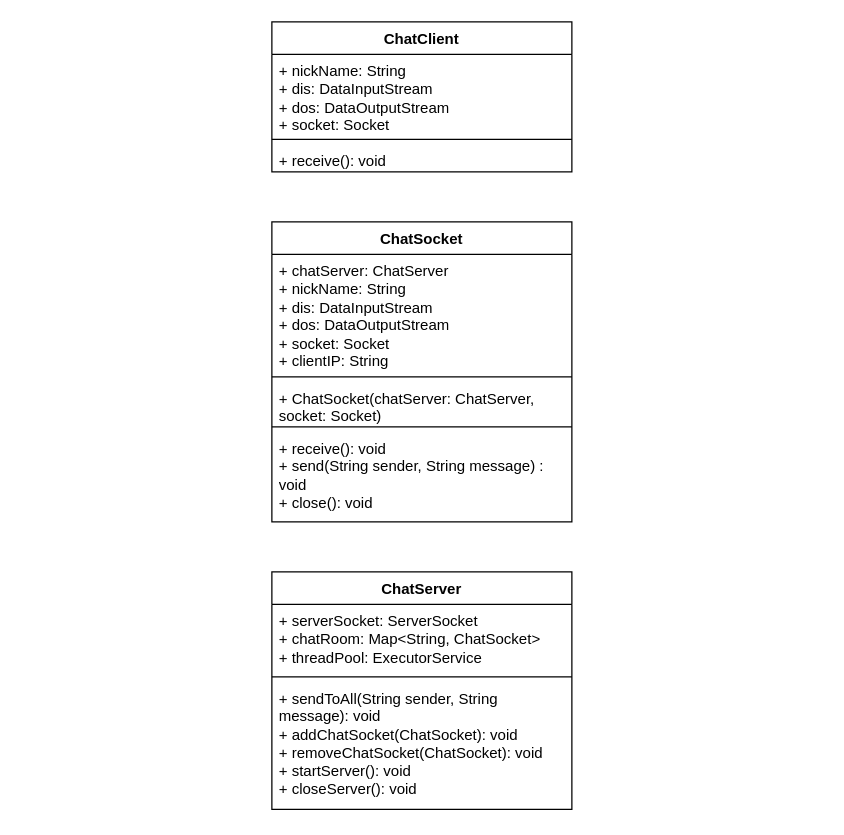
The draw.io diagram 미니프로젝트 다이어그램.drawio in 220919haeundae/MiniProject-ChattingProgram-, before the edit. Source tidied: cells renumbered, new cells numbered last; positions are measured from the earlier drawing's top-left corner, leaving out a move shared by most shapes. Both pictures are drawn from the tidied source at 125%, with x=0, y=0 at pixel (271, 21).
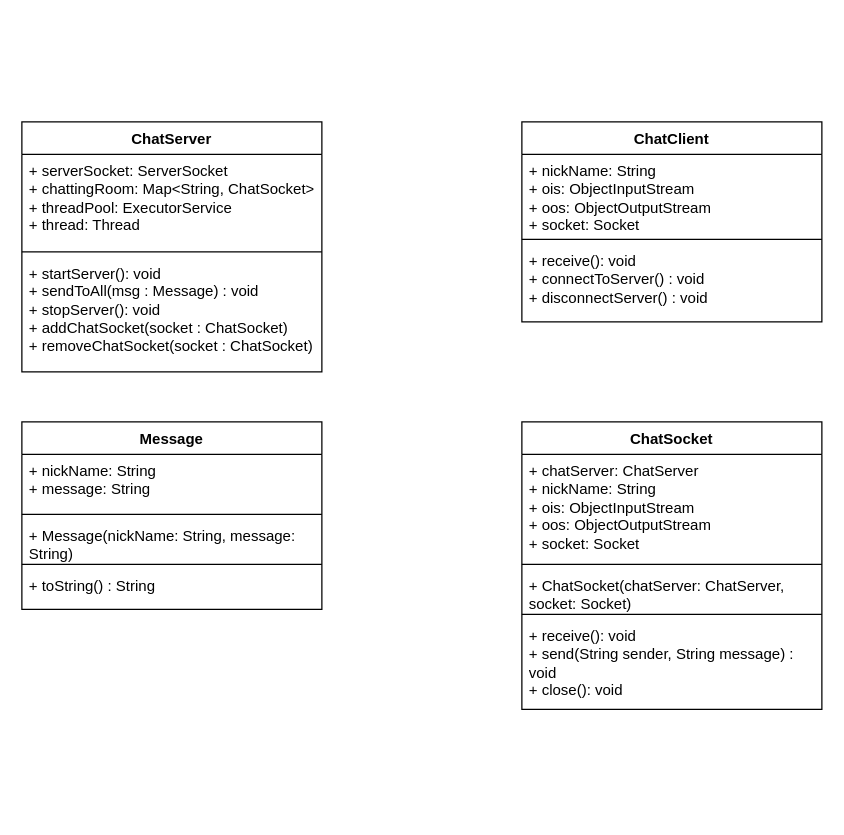
After the change.

Commit message:
채팅프로그램 다이어그램 최종

Change to the diagram source:
```diff
@@
     <mxCell id="2" value="ChatClient" style="swimlane;fontStyle=1;align=center;verticalAlign=top;horizontal=1;startSize=26;whiteSpace=wrap;html=1;" parent="1" vertex="1">
-      <mxGeometry width="240" height="120" as="geometry" />
+      <mxGeometry x="200" y="80" width="240" height="160" as="geometry" />
     </mxCell>
-    <mxCell id="3" value="+ nickName: String&lt;div&gt;+ dis: DataInputStream&lt;br&gt;&lt;/div&gt;&lt;div&gt;+ dos: DataOutputStream&lt;/div&gt;&lt;div&gt;+ socket: Socket&lt;/div&gt;" style="text;strokeColor=none;fillColor=none;align=left;verticalAlign=top;spacingLeft=4;spacingRight=4;overflow=hidden;whiteSpace=wrap;html=1;" parent="2" vertex="1">
+    <mxCell id="3" value="+ nickName: String&lt;div&gt;+ ois: ObjectInputStream&lt;br&gt;&lt;/div&gt;&lt;div&gt;+ oos: ObjectOutputStream&lt;/div&gt;&lt;div&gt;+ socket: Socket&lt;/div&gt;" style="text;strokeColor=none;fillColor=none;align=left;verticalAlign=top;spacingLeft=4;spacingRight=4;overflow=hidden;whiteSpace=wrap;html=1;" parent="2" vertex="1">
       <mxGeometry y="26" width="240" height="64" as="geometry" />
     </mxCell>
@@
-    <mxCell id="5" value="+ receive(): void" style="text;strokeColor=none;fillColor=none;align=left;verticalAlign=top;spacingLeft=4;spacingRight=4;overflow=hidden;whiteSpace=wrap;html=1;" parent="2" vertex="1">
-      <mxGeometry y="98" width="240" height="22" as="geometry" />
+    <mxCell id="5" value="+ receive(): void&lt;div&gt;+ connectToServer() : void&lt;/div&gt;&lt;div&gt;+ disconnectServer() : void&lt;/div&gt;" style="text;strokeColor=none;fillColor=none;align=left;verticalAlign=top;spacingLeft=4;spacingRight=4;overflow=hidden;whiteSpace=wrap;html=1;" parent="2" vertex="1">
+      <mxGeometry y="98" width="240" height="62" as="geometry" />
     </mxCell>
     <mxCell id="6" value="ChatSocket" style="swimlane;fontStyle=1;align=center;verticalAlign=top;horizontal=1;startSize=26;whiteSpace=wrap;html=1;" parent="1" vertex="1">
-      <mxGeometry y="160" width="240" height="240" as="geometry" />
+      <mxGeometry x="200" y="320" width="240" height="230" as="geometry" />
     </mxCell>
-    <mxCell id="7" value="&lt;div&gt;+ chatServer: ChatServer&lt;/div&gt;+ nickName: String&lt;div&gt;+ dis: DataInputStream&lt;br&gt;&lt;/div&gt;&lt;div&gt;+ dos: DataOutputStream&lt;/div&gt;&lt;div&gt;+ socket: Socket&lt;/div&gt;&lt;div&gt;+ clientIP: String&lt;/div&gt;" style="text;strokeColor=none;fillColor=none;align=left;verticalAlign=top;spacingLeft=4;spacingRight=4;overflow=hidden;whiteSpace=wrap;html=1;" parent="6" vertex="1">
-      <mxGeometry y="26" width="240" height="94" as="geometry" />
+    <mxCell id="7" value="&lt;div&gt;+ chatServer: ChatServer&lt;/div&gt;+ nickName: String&lt;div&gt;+ ois: ObjectInputStream&lt;br&gt;&lt;/div&gt;&lt;div&gt;+ oos: ObjectOutputStream&lt;/div&gt;&lt;div&gt;+ socket: Socket&lt;/div&gt;" style="text;strokeColor=none;fillColor=none;align=left;verticalAlign=top;spacingLeft=4;spacingRight=4;overflow=hidden;whiteSpace=wrap;html=1;" parent="6" vertex="1">
+      <mxGeometry y="26" width="240" height="84" as="geometry" />
     </mxCell>
     <mxCell id="8" style="line;strokeWidth=1;fillColor=none;align=left;verticalAlign=middle;spacingTop=-1;spacingLeft=3;spacingRight=3;labelPosition=right;strokeColor=inherit;" parent="6" vertex="1">
-      <mxGeometry y="120" width="240" height="8" as="geometry" />
+      <mxGeometry y="110" width="240" height="8" as="geometry" />
     </mxCell>
     <mxCell id="9" value="+ ChatSocket(chatServer: ChatServer, socket: Socket)" style="text;strokeColor=none;fillColor=none;align=left;verticalAlign=top;spacingLeft=4;spacingRight=4;overflow=hidden;whiteSpace=wrap;html=1;" parent="6" vertex="1">
-      <mxGeometry y="128" width="240" height="32" as="geometry" />
+      <mxGeometry y="118" width="240" height="32" as="geometry" />
     </mxCell>
     <mxCell id="10" style="line;strokeWidth=1;fillColor=none;align=left;verticalAlign=middle;spacingTop=-1;spacingLeft=3;spacingRight=3;labelPosition=right;strokeColor=inherit;" parent="6" vertex="1">
-      <mxGeometry y="160" width="240" height="8" as="geometry" />
+      <mxGeometry y="150" width="240" height="8" as="geometry" />
     </mxCell>
     <mxCell id="11" value="+ receive(): void&lt;div&gt;+ send(String sender, String message) : void&lt;/div&gt;&lt;div&gt;+ close(): void&lt;/div&gt;" style="text;strokeColor=none;fillColor=none;align=left;verticalAlign=top;spacingLeft=4;spacingRight=4;overflow=hidden;whiteSpace=wrap;html=1;" parent="6" vertex="1">
-      <mxGeometry y="168" width="240" height="72" as="geometry" />
+      <mxGeometry y="158" width="240" height="72" as="geometry" />
     </mxCell>
     <mxCell id="12" value="ChatServer" style="swimlane;fontStyle=1;align=center;verticalAlign=top;horizontal=1;startSize=26;whiteSpace=wrap;html=1;" parent="1" vertex="1">
-      <mxGeometry y="440" width="240" height="190" as="geometry" />
+      <mxGeometry x="-200" y="80" width="240" height="200" as="geometry" />
     </mxCell>
-    <mxCell id="13" value="+ serverSocket: ServerSocket&lt;div&gt;+ chatRoom: Map&amp;lt;String, ChatSocket&amp;gt;&lt;br&gt;&lt;/div&gt;&lt;div&gt;+ threadPool: ExecutorService&lt;/div&gt;" style="text;strokeColor=none;fillColor=none;align=left;verticalAlign=top;spacingLeft=4;spacingRight=4;overflow=hidden;whiteSpace=wrap;html=1;" parent="12" vertex="1">
-      <mxGeometry y="26" width="240" height="54" as="geometry" />
+    <mxCell id="13" value="+ serverSocket: ServerSocket&lt;div&gt;+ chattingRoom: Map&amp;lt;String, ChatSocket&amp;gt;&lt;br&gt;&lt;/div&gt;&lt;div&gt;+ threadPool: ExecutorService&lt;/div&gt;&lt;div&gt;+ thread: Thread&lt;/div&gt;" style="text;strokeColor=none;fillColor=none;align=left;verticalAlign=top;spacingLeft=4;spacingRight=4;overflow=hidden;whiteSpace=wrap;html=1;" parent="12" vertex="1">
+      <mxGeometry y="26" width="240" height="74" as="geometry" />
     </mxCell>
     <mxCell id="14" style="line;strokeWidth=1;fillColor=none;align=left;verticalAlign=middle;spacingTop=-1;spacingLeft=3;spacingRight=3;labelPosition=right;strokeColor=inherit;" parent="12" vertex="1">
-      <mxGeometry y="80" width="240" height="8" as="geometry" />
+      <mxGeometry y="100" width="240" height="8" as="geometry" />
     </mxCell>
-    <mxCell id="15" value="+ sendToAll(String sender, String message): void&lt;div&gt;+ addChatSocket(ChatSocket): void&lt;/div&gt;&lt;div&gt;+ removeChatSocket(ChatSocket): void&lt;/div&gt;&lt;div&gt;+ startServer(): void&lt;/div&gt;&lt;div&gt;+ closeServer(): void&lt;/div&gt;" style="text;strokeColor=none;fillColor=none;align=left;verticalAlign=top;spacingLeft=4;spacingRight=4;overflow=hidden;whiteSpace=wrap;html=1;" parent="12" vertex="1">
-      <mxGeometry y="88" width="240" height="102" as="geometry" />
+    <mxCell id="15" value="+ startServer(): void&lt;div&gt;+ sendToAll(&lt;span style=&quot;background-color: initial;&quot;&gt;msg :&amp;nbsp;&lt;/span&gt;&lt;span style=&quot;background-color: initial;&quot;&gt;Message) : void&lt;/span&gt;&lt;/div&gt;&lt;div&gt;+ stopServer(): void&lt;/div&gt;&lt;div&gt;+ addChatSocket(socket : ChatSocket)&lt;/div&gt;&lt;div&gt;+ removeChatSocket(socket : ChatSocket)&lt;/div&gt;" style="text;strokeColor=none;fillColor=none;align=left;verticalAlign=top;spacingLeft=4;spacingRight=4;overflow=hidden;whiteSpace=wrap;html=1;" parent="12" vertex="1">
+      <mxGeometry y="108" width="240" height="92" as="geometry" />
     </mxCell>
+    <mxCell id="16" value="Message" style="swimlane;fontStyle=1;align=center;verticalAlign=top;horizontal=1;startSize=26;whiteSpace=wrap;html=1;" parent="1" vertex="1">
+      <mxGeometry x="-200" y="320" width="240" height="150" as="geometry" />
+    </mxCell>
+    <mxCell id="17" value="&lt;div&gt;+ nickName: String&lt;/div&gt;&lt;div&gt;+ message: String&lt;/div&gt;" style="text;strokeColor=none;fillColor=none;align=left;verticalAlign=top;spacingLeft=4;spacingRight=4;overflow=hidden;whiteSpace=wrap;html=1;" parent="16" vertex="1">
+      <mxGeometry y="26" width="240" height="44" as="geometry" />
+    </mxCell>
+    <mxCell id="18" style="line;strokeWidth=1;fillColor=none;align=left;verticalAlign=middle;spacingTop=-1;spacingLeft=3;spacingRight=3;labelPosition=right;strokeColor=inherit;" parent="16" vertex="1">
+      <mxGeometry y="70" width="240" height="8" as="geometry" />
+    </mxCell>
+    <mxCell id="19" value="+ Message(nickName: String, message: String)" style="text;strokeColor=none;fillColor=none;align=left;verticalAlign=top;spacingLeft=4;spacingRight=4;overflow=hidden;whiteSpace=wrap;html=1;" parent="16" vertex="1">
+      <mxGeometry y="78" width="240" height="32" as="geometry" />
+    </mxCell>
+    <mxCell id="20" style="line;strokeWidth=1;fillColor=none;align=left;verticalAlign=middle;spacingTop=-1;spacingLeft=3;spacingRight=3;labelPosition=right;strokeColor=inherit;" parent="16" vertex="1">
+      <mxGeometry y="110" width="240" height="8" as="geometry" />
+    </mxCell>
+    <mxCell id="21" value="+ toString() : String" style="text;strokeColor=none;fillColor=none;align=left;verticalAlign=top;spacingLeft=4;spacingRight=4;overflow=hidden;whiteSpace=wrap;html=1;" parent="16" vertex="1">
+      <mxGeometry y="118" width="240" height="32" as="geometry" />
+    </mxCell>
```
